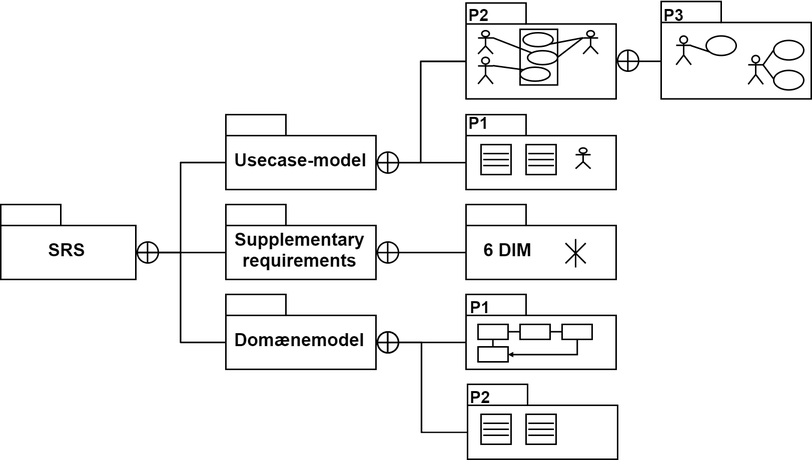
SBangslund/SE02_Projekt keeps this draw.io diagram as docs/diagrams/SRS/SRS_Overview.png. Above is the earlier version. Source tidied: cells renumbered, new cells last; positions are measured from the earlier drawing's top-left corner, leaving out a move shared by most shapes.
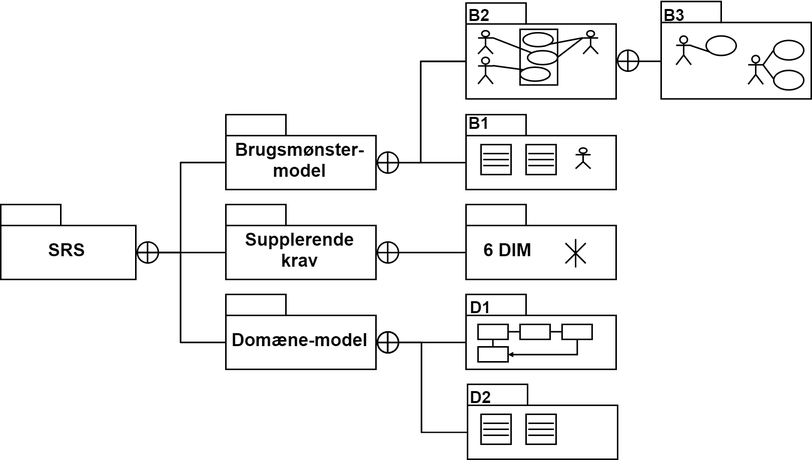
The same diagram one commit later.

Commit message:
Changed names on SRS overview

Diff of the diagram source:
```diff
@@ -32,13 +32,13 @@
         </Array>
       </mxGeometry>
     </mxCell>
-    <mxCell id="7" value="Usecase-model" style="shape=folder;fontStyle=1;spacingTop=10;tabWidth=40;tabHeight=14;tabPosition=left;html=1;" parent="1" vertex="1">
+    <mxCell id="7" value="Brugsmønster-model" style="shape=folder;fontStyle=1;spacingTop=10;tabWidth=40;tabHeight=14;tabPosition=left;html=1;whiteSpace=wrap;" parent="1" vertex="1">
       <mxGeometry x="150" y="76" width="100" height="50" as="geometry" />
     </mxCell>
     <mxCell id="8" style="edgeStyle=none;rounded=0;jettySize=auto;html=1;exitX=0;exitY=0;exitDx=100;exitDy=32;exitPerimeter=0;entryX=0;entryY=0;entryDx=0;entryDy=32;entryPerimeter=0;startArrow=circlePlus;startFill=0;endArrow=none;endFill=0;fontSize=11;" parent="1" edge="1" source="9" target="53">
       <mxGeometry relative="1" as="geometry" />
     </mxCell>
-    <mxCell id="9" value="Supplementary requirements" style="shape=folder;fontStyle=1;spacingTop=10;tabWidth=40;tabHeight=14;tabPosition=left;html=1;whiteSpace=wrap;" parent="1" vertex="1">
+    <mxCell id="9" value="Supplerende krav" style="shape=folder;fontStyle=1;spacingTop=10;tabWidth=40;tabHeight=14;tabPosition=left;html=1;whiteSpace=wrap;" parent="1" vertex="1">
       <mxGeometry x="150" y="136" width="100" height="50" as="geometry" />
     </mxCell>
     <mxCell id="10" style="edgeStyle=none;rounded=0;jettySize=auto;html=1;exitX=0;exitY=0;exitDx=100;exitDy=32;exitPerimeter=0;entryX=0;entryY=0;entryDx=0;entryDy=32;entryPerimeter=0;startArrow=circlePlus;startFill=0;endArrow=none;endFill=0;fontSize=11;" parent="1" edge="1" source="12" target="54">
@@ -47,7 +47,7 @@
     <mxCell id="11" style="edgeStyle=orthogonalEdgeStyle;rounded=0;jettySize=auto;html=1;exitX=0;exitY=0;exitDx=100;exitDy=32;exitPerimeter=0;entryX=0;entryY=0;entryDx=0;entryDy=32;entryPerimeter=0;startArrow=circlePlus;startFill=0;endArrow=none;endFill=0;fontSize=11;" parent="1" edge="1" source="12" target="56">
       <mxGeometry relative="1" as="geometry" />
     </mxCell>
-    <mxCell id="12" value="Domænemodel" style="shape=folder;fontStyle=1;spacingTop=10;tabWidth=40;tabHeight=14;tabPosition=left;html=1;" parent="1" vertex="1">
+    <mxCell id="12" value="Domæne-model" style="shape=folder;fontStyle=1;spacingTop=10;tabWidth=40;tabHeight=14;tabPosition=left;html=1;whiteSpace=wrap;" parent="1" vertex="1">
       <mxGeometry x="150" y="196" width="100" height="50" as="geometry" />
     </mxCell>
     <mxCell id="13" style="group;" parent="1" vertex="1">
@@ -59,7 +59,7 @@
     <mxCell id="15" style="shape=folder;fontStyle=1;spacingTop=10;tabWidth=40;tabHeight=14;tabPosition=left;html=1;" parent="14" vertex="1">
       <mxGeometry width="100" height="65" as="geometry" />
     </mxCell>
-    <mxCell id="16" value="&lt;b&gt;P3&lt;/b&gt;" style="text;html=1;align=left;verticalAlign=top;spacingTop=-4;fontSize=11;" parent="14" vertex="1">
+    <mxCell id="16" value="&lt;b&gt;B3&lt;/b&gt;" style="text;html=1;align=left;verticalAlign=top;spacingTop=-4;fontSize=11;" parent="14" vertex="1">
       <mxGeometry width="30" height="10" as="geometry" />
     </mxCell>
     <mxCell id="17" style="edgeStyle=none;rounded=0;jettySize=auto;html=1;exitX=1;exitY=0.3333333333333333;exitDx=0;exitDy=0;exitPerimeter=0;entryX=0;entryY=1;entryDx=0;entryDy=0;startArrow=none;startFill=0;endArrow=none;endFill=0;fontSize=11;" parent="14" edge="1" source="18" target="19">
@@ -92,7 +92,7 @@
     <mxCell id="26" style="shape=folder;fontStyle=1;spacingTop=10;tabWidth=40;tabHeight=14;tabPosition=left;html=1;" parent="1" vertex="1">
       <mxGeometry x="310" y="76" width="100" height="50" as="geometry" />
     </mxCell>
-    <mxCell id="27" value="P1" style="text;html=1;align=left;verticalAlign=top;spacingTop=-4;fontSize=11;fontStyle=1;" parent="1" vertex="1">
+    <mxCell id="27" value="B1" style="text;html=1;align=left;verticalAlign=top;spacingTop=-4;fontSize=11;fontStyle=1;" parent="1" vertex="1">
       <mxGeometry x="310" y="72.5" width="30" height="10" as="geometry" />
     </mxCell>
     <mxCell id="28" style="edgeStyle=orthogonalEdgeStyle;rounded=0;jettySize=auto;html=1;exitX=0;exitY=0;exitDx=100;exitDy=39;exitPerimeter=0;entryX=0;entryY=0;entryDx=0;entryDy=39.5;entryPerimeter=0;startArrow=circlePlus;startFill=0;endArrow=none;endFill=0;fontSize=11;" parent="1" edge="1" source="29" target="15">
@@ -101,7 +101,7 @@
     <mxCell id="29" style="shape=folder;fontStyle=1;spacingTop=10;tabWidth=40;tabHeight=14;tabPosition=left;html=1;" parent="1" vertex="1">
       <mxGeometry x="310" y="1.5" width="100" height="64" as="geometry" />
     </mxCell>
-    <mxCell id="30" value="&lt;b&gt;P2&lt;/b&gt;" style="text;html=1;align=left;verticalAlign=top;spacingTop=-4;fontSize=11;" parent="1" vertex="1">
+    <mxCell id="30" value="&lt;b&gt;B2&lt;/b&gt;" style="text;html=1;align=left;verticalAlign=top;spacingTop=-4;fontSize=11;" parent="1" vertex="1">
       <mxGeometry x="310" y="0.5" width="30" height="10" as="geometry" />
     </mxCell>
     <mxCell id="31" style="html=1;fontSize=11;" parent="1" vertex="1">
@@ -176,13 +176,13 @@
     <mxCell id="54" style="shape=folder;fontStyle=1;spacingTop=10;tabWidth=40;tabHeight=14;tabPosition=left;html=1;whiteSpace=wrap;" parent="1" vertex="1">
       <mxGeometry x="310" y="196" width="100" height="50" as="geometry" />
     </mxCell>
-    <mxCell id="55" value="&lt;b&gt;P1&lt;/b&gt;" style="text;html=1;align=left;verticalAlign=top;spacingTop=-4;fontSize=11;" parent="1" vertex="1">
+    <mxCell id="55" value="&lt;b&gt;D1&lt;/b&gt;" style="text;html=1;align=left;verticalAlign=top;spacingTop=-4;fontSize=11;" parent="1" vertex="1">
       <mxGeometry x="311" y="196" width="30" height="10" as="geometry" />
     </mxCell>
     <mxCell id="56" style="shape=folder;fontStyle=1;spacingTop=10;tabWidth=40;tabHeight=14;tabPosition=left;html=1;whiteSpace=wrap;" parent="1" vertex="1">
       <mxGeometry x="311" y="256" width="100" height="50" as="geometry" />
     </mxCell>
-    <mxCell id="57" value="P2" style="text;html=1;align=left;verticalAlign=top;spacingTop=-4;fontSize=11;fontStyle=1;" parent="1" vertex="1">
+    <mxCell id="57" value="D2" style="text;html=1;align=left;verticalAlign=top;spacingTop=-4;fontSize=11;fontStyle=1;" parent="1" vertex="1">
       <mxGeometry x="311" y="256" width="30" height="10" as="geometry" />
     </mxCell>
     <mxCell id="58" style="edgeStyle=orthogonalEdgeStyle;rounded=0;jettySize=auto;html=1;exitX=1;exitY=0.5;exitDx=0;exitDy=0;entryX=0;entryY=0.5;entryDx=0;entryDy=0;startArrow=none;startFill=0;endArrow=none;endFill=0;fontSize=11;" parent="1" edge="1" source="59" target="63">
```
